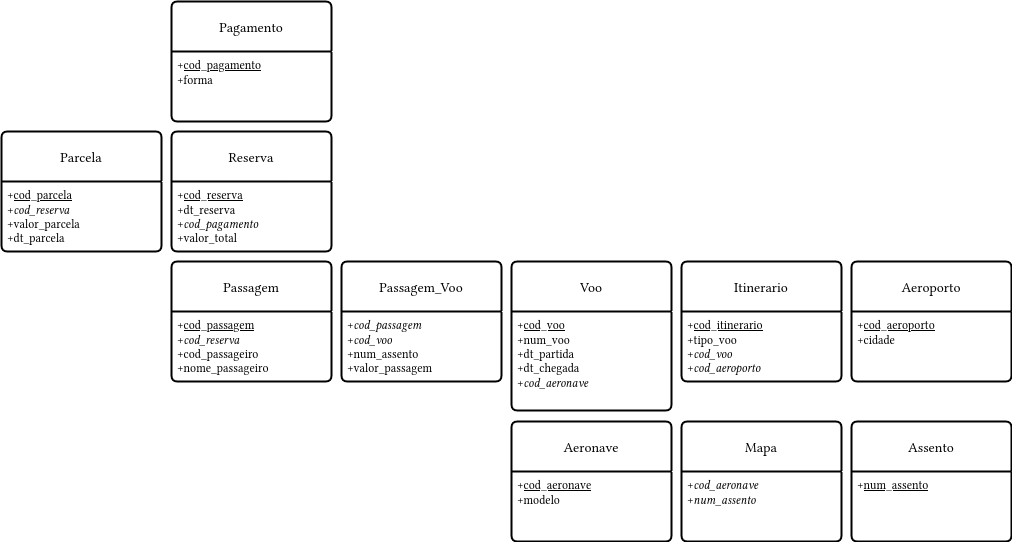
Before: linhas-aereas-Tables.drawio.png, a diagram exported from draw.io (hmccl/linhas-aereas). Source tidied: cells renumbered, new cells last; positions are measured from the earlier drawing's top-left corner, leaving out a move shared by most shapes.
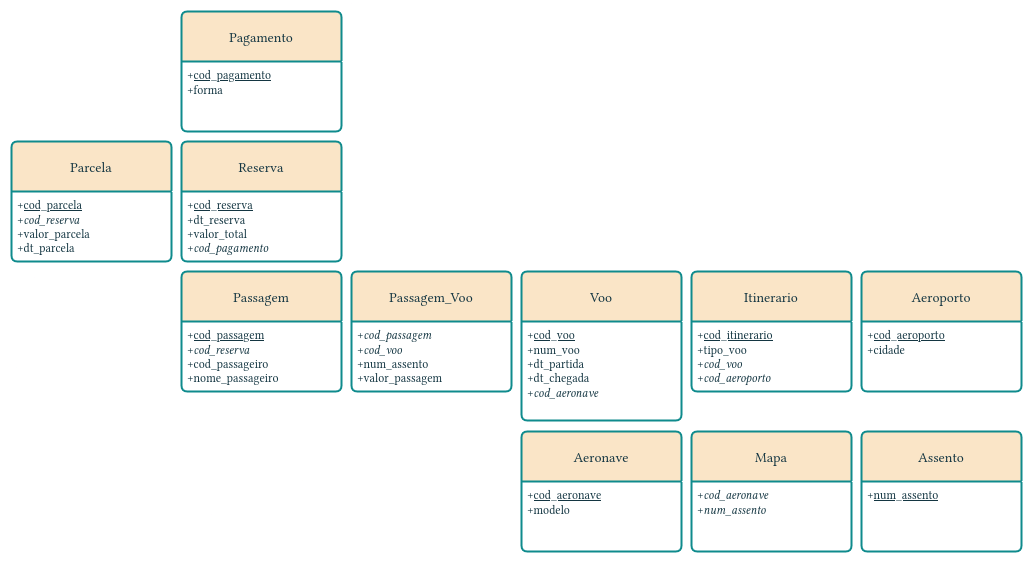
After the change.

Change to the diagram source:
```diff
@@ -1,71 +1,71 @@
-<mxGraphModel>
+<mxGraphModel background="#ffffff">
   <root>
     <mxCell id="0" />
     <mxCell id="1" parent="0" />
-    <mxCell id="2" value="Passagem" style="swimlane;horizontal=1;startSize=50;rounded=1;fontSize=14;fontStyle=0;strokeWidth=2;shadow=0;dashed=0;align=center;arcSize=4;whiteSpace=wrap;html=1;" parent="1" vertex="1">
+    <mxCell id="2" value="Passagem" style="swimlane;horizontal=1;startSize=50;rounded=1;fontSize=14;fontStyle=0;strokeWidth=2;shadow=0;dashed=0;align=center;arcSize=4;whiteSpace=wrap;html=1;labelBackgroundColor=none;fillColor=#FAE5C7;strokeColor=#0F8B8D;fontColor=#143642;swimlaneFillColor=default;" parent="1" vertex="1">
       <mxGeometry x="170" y="260" width="160" height="120" as="geometry" />
     </mxCell>
-    <mxCell id="3" value="+&lt;u&gt;cod_passagem&lt;/u&gt;&lt;br&gt;+&lt;i&gt;cod_reserva&lt;/i&gt;&lt;br&gt;&lt;div&gt;+cod_passageiro&lt;/div&gt;&lt;div&gt;+nome_passageiro&lt;/div&gt;" style="align=left;strokeColor=none;fillColor=none;spacingLeft=4;spacingRight=4;fontSize=12;verticalAlign=top;html=1;whiteSpace=wrap;" parent="2" vertex="1">
+    <mxCell id="3" value="+&lt;u&gt;cod_passagem&lt;/u&gt;&lt;br&gt;+&lt;i&gt;cod_reserva&lt;/i&gt;&lt;br&gt;&lt;div&gt;+cod_passageiro&lt;/div&gt;&lt;div&gt;+nome_passageiro&lt;/div&gt;" style="align=left;strokeColor=none;fillColor=none;spacingLeft=4;spacingRight=4;fontSize=12;verticalAlign=top;html=1;whiteSpace=wrap;labelBackgroundColor=none;fontColor=#143642;swimlaneFillColor=default;" parent="2" vertex="1">
       <mxGeometry y="50" width="160" height="70" as="geometry" />
     </mxCell>
-    <mxCell id="4" value="Passagem_Voo" style="swimlane;horizontal=1;startSize=50;rounded=1;fontSize=14;fontStyle=0;strokeWidth=2;shadow=0;dashed=0;align=center;arcSize=4;whiteSpace=wrap;html=1;" parent="1" vertex="1">
+    <mxCell id="4" value="Passagem_Voo" style="swimlane;horizontal=1;startSize=50;rounded=1;fontSize=14;fontStyle=0;strokeWidth=2;shadow=0;dashed=0;align=center;arcSize=4;whiteSpace=wrap;html=1;labelBackgroundColor=none;fillColor=#FAE5C7;strokeColor=#0F8B8D;fontColor=#143642;swimlaneFillColor=default;" parent="1" vertex="1">
       <mxGeometry x="340" y="260" width="160" height="120" as="geometry" />
     </mxCell>
-    <mxCell id="5" value="+&lt;i&gt;cod_passagem&lt;/i&gt;&lt;br&gt;+&lt;i&gt;cod_voo&lt;/i&gt;&lt;br&gt;&lt;div&gt;+num_assento&lt;/div&gt;&lt;div&gt;+valor_passagem&lt;/div&gt;" style="align=left;strokeColor=none;fillColor=none;spacingLeft=4;spacingRight=4;fontSize=12;verticalAlign=top;html=1;whiteSpace=wrap;" parent="4" vertex="1">
+    <mxCell id="5" value="+&lt;i&gt;cod_passagem&lt;/i&gt;&lt;br&gt;+&lt;i&gt;cod_voo&lt;/i&gt;&lt;br&gt;&lt;div&gt;+num_assento&lt;/div&gt;&lt;div&gt;+valor_passagem&lt;/div&gt;" style="align=left;strokeColor=none;fillColor=none;spacingLeft=4;spacingRight=4;fontSize=12;verticalAlign=top;html=1;whiteSpace=wrap;labelBackgroundColor=none;fontColor=#143642;swimlaneFillColor=default;" parent="4" vertex="1">
       <mxGeometry y="50" width="160" height="70" as="geometry" />
     </mxCell>
-    <mxCell id="6" value="Voo" style="swimlane;horizontal=1;startSize=50;rounded=1;fontSize=14;fontStyle=0;strokeWidth=2;shadow=0;dashed=0;align=center;arcSize=4;whiteSpace=wrap;html=1;" parent="1" vertex="1">
+    <mxCell id="6" value="Voo" style="swimlane;horizontal=1;startSize=50;rounded=1;fontSize=14;fontStyle=0;strokeWidth=2;shadow=0;dashed=0;align=center;arcSize=4;whiteSpace=wrap;html=1;labelBackgroundColor=none;fillColor=#FAE5C7;strokeColor=#0F8B8D;fontColor=#143642;gradientColor=none;swimlaneFillColor=default;" parent="1" vertex="1">
       <mxGeometry x="510" y="260" width="160" height="149" as="geometry" />
     </mxCell>
-    <mxCell id="7" value="+&lt;u&gt;cod_voo&lt;br&gt;&lt;/u&gt;+num_voo&lt;br&gt;&lt;div&gt;+dt_partida&lt;/div&gt;&lt;div&gt;+dt_chegada&lt;/div&gt;&lt;div&gt;+&lt;i&gt;cod_aeronave&lt;/i&gt;&lt;/div&gt;" style="align=left;strokeColor=none;fillColor=none;spacingLeft=4;spacingRight=4;fontSize=12;verticalAlign=top;html=1;whiteSpace=wrap;" parent="6" vertex="1">
+    <mxCell id="7" value="&lt;span style=&quot;background-color: light-dark(#ffffff, var(--ge-dark-color, #121212));&quot;&gt;&lt;span style=&quot;background-color: light-dark(#ffffff, var(--ge-dark-color, #121212));&quot;&gt;&lt;span style=&quot;background-color: light-dark(#ffffff, var(--ge-dark-color, #121212));&quot;&gt;&lt;span style=&quot;background-color: light-dark(#ffffff, var(--ge-dark-color, #121212));&quot;&gt;+&lt;u&gt;cod_voo&lt;br&gt;&lt;/u&gt;+num_voo&lt;br&gt;&lt;/span&gt;&lt;/span&gt;&lt;/span&gt;&lt;/span&gt;&lt;div&gt;&lt;span style=&quot;background-color: light-dark(#ffffff, var(--ge-dark-color, #121212));&quot;&gt;+dt_partida&lt;/span&gt;&lt;/div&gt;&lt;div&gt;&lt;span style=&quot;background-color: light-dark(#ffffff, var(--ge-dark-color, #121212));&quot;&gt;+dt_chegada&lt;/span&gt;&lt;/div&gt;&lt;div&gt;&lt;span style=&quot;background-color: light-dark(#ffffff, var(--ge-dark-color, #121212));&quot;&gt;+&lt;i&gt;cod_aeronave&lt;/i&gt;&lt;/span&gt;&lt;/div&gt;" style="align=left;strokeColor=none;fillColor=none;spacingLeft=4;spacingRight=4;fontSize=12;verticalAlign=top;html=1;whiteSpace=wrap;labelBackgroundColor=none;fontColor=#143642;swimlaneFillColor=default;" parent="6" vertex="1">
       <mxGeometry y="50" width="160" height="99" as="geometry" />
     </mxCell>
-    <mxCell id="8" value="Itinerario" style="swimlane;horizontal=1;startSize=50;rounded=1;fontSize=14;fontStyle=0;strokeWidth=2;shadow=0;dashed=0;align=center;arcSize=4;whiteSpace=wrap;html=1;" parent="1" vertex="1">
+    <mxCell id="8" value="Itinerario" style="swimlane;horizontal=1;startSize=50;rounded=1;fontSize=14;fontStyle=0;strokeWidth=2;shadow=0;dashed=0;align=center;arcSize=4;whiteSpace=wrap;html=1;labelBackgroundColor=none;fillColor=#FAE5C7;strokeColor=#0F8B8D;fontColor=#143642;swimlaneFillColor=default;" parent="1" vertex="1">
       <mxGeometry x="680" y="260" width="160" height="120" as="geometry" />
     </mxCell>
-    <mxCell id="9" value="+&lt;u&gt;cod_itinerario&lt;/u&gt;&lt;br&gt;+tipo_voo&lt;br&gt;&lt;div&gt;+&lt;i&gt;cod_voo&lt;/i&gt;&lt;/div&gt;&lt;div&gt;+&lt;i&gt;cod_aeroporto&lt;/i&gt;&lt;/div&gt;" style="align=left;strokeColor=none;fillColor=none;spacingLeft=4;spacingRight=4;fontSize=12;verticalAlign=top;html=1;whiteSpace=wrap;" parent="8" vertex="1">
+    <mxCell id="9" value="+&lt;u&gt;cod_itinerario&lt;/u&gt;&lt;br&gt;+tipo_voo&lt;br&gt;&lt;div&gt;+&lt;i&gt;cod_voo&lt;/i&gt;&lt;/div&gt;&lt;div&gt;+&lt;i&gt;cod_aeroporto&lt;/i&gt;&lt;/div&gt;" style="align=left;strokeColor=none;fillColor=none;spacingLeft=4;spacingRight=4;fontSize=12;verticalAlign=top;html=1;whiteSpace=wrap;labelBackgroundColor=none;fontColor=#143642;swimlaneFillColor=default;" parent="8" vertex="1">
       <mxGeometry y="50" width="160" height="70" as="geometry" />
     </mxCell>
-    <mxCell id="10" value="Aeroporto" style="swimlane;horizontal=1;startSize=50;rounded=1;fontSize=14;fontStyle=0;strokeWidth=2;shadow=0;dashed=0;align=center;arcSize=4;whiteSpace=wrap;html=1;" parent="1" vertex="1">
+    <mxCell id="10" value="Aeroporto" style="swimlane;horizontal=1;startSize=50;rounded=1;fontSize=14;fontStyle=0;strokeWidth=2;shadow=0;dashed=0;align=center;arcSize=4;whiteSpace=wrap;html=1;labelBackgroundColor=none;fillColor=#FAE5C7;strokeColor=#0F8B8D;fontColor=#143642;swimlaneFillColor=default;" parent="1" vertex="1">
       <mxGeometry x="850" y="260" width="160" height="120" as="geometry" />
     </mxCell>
-    <mxCell id="11" value="+&lt;u&gt;cod_aeroporto&lt;/u&gt;&lt;br&gt;+cidade" style="align=left;strokeColor=none;fillColor=none;spacingLeft=4;spacingRight=4;fontSize=12;verticalAlign=top;html=1;whiteSpace=wrap;" parent="10" vertex="1">
+    <mxCell id="11" value="+&lt;u&gt;cod_aeroporto&lt;/u&gt;&lt;br&gt;+cidade" style="align=left;strokeColor=none;fillColor=none;spacingLeft=4;spacingRight=4;fontSize=12;verticalAlign=top;html=1;whiteSpace=wrap;labelBackgroundColor=none;fontColor=#143642;swimlaneFillColor=default;" parent="10" vertex="1">
       <mxGeometry y="50" width="160" height="70" as="geometry" />
     </mxCell>
-    <mxCell id="12" value="Aeronave" style="swimlane;horizontal=1;startSize=50;rounded=1;fontSize=14;fontStyle=0;strokeWidth=2;shadow=0;dashed=0;align=center;arcSize=4;whiteSpace=wrap;html=1;" parent="1" vertex="1">
+    <mxCell id="12" value="Aeronave" style="swimlane;horizontal=1;startSize=50;rounded=1;fontSize=14;fontStyle=0;strokeWidth=2;shadow=0;dashed=0;align=center;arcSize=4;whiteSpace=wrap;html=1;labelBackgroundColor=none;fillColor=#FAE5C7;strokeColor=#0F8B8D;fontColor=#143642;swimlaneFillColor=default;" parent="1" vertex="1">
       <mxGeometry x="510" y="420" width="160" height="120" as="geometry" />
     </mxCell>
-    <mxCell id="13" value="+&lt;u&gt;cod_aeronave&lt;/u&gt;&lt;br&gt;+modelo" style="align=left;strokeColor=none;fillColor=none;spacingLeft=4;spacingRight=4;fontSize=12;verticalAlign=top;html=1;whiteSpace=wrap;" parent="12" vertex="1">
+    <mxCell id="13" value="+&lt;u&gt;cod_aeronave&lt;/u&gt;&lt;br&gt;+modelo" style="align=left;strokeColor=none;fillColor=none;spacingLeft=4;spacingRight=4;fontSize=12;verticalAlign=top;html=1;whiteSpace=wrap;labelBackgroundColor=none;fontColor=#143642;swimlaneFillColor=default;" parent="12" vertex="1">
       <mxGeometry y="50" width="160" height="70" as="geometry" />
     </mxCell>
-    <mxCell id="14" value="Assento" style="swimlane;horizontal=1;startSize=50;rounded=1;fontSize=14;fontStyle=0;strokeWidth=2;shadow=0;dashed=0;align=center;arcSize=4;whiteSpace=wrap;html=1;" parent="1" vertex="1">
+    <mxCell id="14" value="Assento" style="swimlane;horizontal=1;startSize=50;rounded=1;fontSize=14;fontStyle=0;strokeWidth=2;shadow=0;dashed=0;align=center;arcSize=4;whiteSpace=wrap;html=1;labelBackgroundColor=none;fillColor=#FAE5C7;strokeColor=#0F8B8D;fontColor=#143642;swimlaneFillColor=default;" parent="1" vertex="1">
       <mxGeometry x="850" y="420" width="160" height="120" as="geometry" />
     </mxCell>
-    <mxCell id="15" value="+&lt;u&gt;num_assento&lt;/u&gt;" style="align=left;strokeColor=none;fillColor=none;spacingLeft=4;spacingRight=4;fontSize=12;verticalAlign=top;html=1;whiteSpace=wrap;" parent="14" vertex="1">
+    <mxCell id="15" value="+&lt;u&gt;num_assento&lt;/u&gt;" style="align=left;strokeColor=none;fillColor=none;spacingLeft=4;spacingRight=4;fontSize=12;verticalAlign=top;html=1;whiteSpace=wrap;labelBackgroundColor=none;fontColor=#143642;swimlaneFillColor=default;" parent="14" vertex="1">
       <mxGeometry y="50" width="160" height="70" as="geometry" />
     </mxCell>
-    <mxCell id="16" value="Mapa" style="swimlane;horizontal=1;startSize=50;rounded=1;fontSize=14;fontStyle=0;strokeWidth=2;shadow=0;dashed=0;align=center;arcSize=4;whiteSpace=wrap;html=1;" parent="1" vertex="1">
+    <mxCell id="16" value="Mapa" style="swimlane;horizontal=1;startSize=50;rounded=1;fontSize=14;fontStyle=0;strokeWidth=2;shadow=0;dashed=0;align=center;arcSize=4;whiteSpace=wrap;html=1;labelBackgroundColor=none;fillColor=#FAE5C7;strokeColor=#0F8B8D;fontColor=#143642;swimlaneFillColor=default;" parent="1" vertex="1">
       <mxGeometry x="680" y="420" width="160" height="120" as="geometry" />
     </mxCell>
-    <mxCell id="17" value="+&lt;i&gt;cod_aeronave&lt;/i&gt;&lt;br&gt;+&lt;i&gt;num_assento&lt;/i&gt;" style="align=left;strokeColor=none;fillColor=none;spacingLeft=4;spacingRight=4;fontSize=12;verticalAlign=top;html=1;whiteSpace=wrap;" parent="16" vertex="1">
+    <mxCell id="17" value="+&lt;i&gt;cod_aeronave&lt;/i&gt;&lt;br&gt;+&lt;i&gt;num_assento&lt;/i&gt;" style="align=left;strokeColor=none;fillColor=none;spacingLeft=4;spacingRight=4;fontSize=12;verticalAlign=top;html=1;whiteSpace=wrap;labelBackgroundColor=none;fontColor=#143642;swimlaneFillColor=default;" parent="16" vertex="1">
       <mxGeometry y="50" width="160" height="70" as="geometry" />
     </mxCell>
-    <mxCell id="18" value="Reserva" style="swimlane;horizontal=1;startSize=50;rounded=1;fontSize=14;fontStyle=0;strokeWidth=2;shadow=0;dashed=0;align=center;arcSize=4;whiteSpace=wrap;html=1;" parent="1" vertex="1">
+    <mxCell id="18" value="Reserva" style="swimlane;horizontal=1;startSize=50;rounded=1;fontSize=14;fontStyle=0;strokeWidth=2;shadow=0;dashed=0;align=center;arcSize=4;whiteSpace=wrap;html=1;labelBackgroundColor=none;fillColor=#FAE5C7;strokeColor=#0F8B8D;fontColor=#143642;swimlaneFillColor=default;" parent="1" vertex="1">
       <mxGeometry x="170" y="130" width="160" height="120" as="geometry" />
     </mxCell>
-    <mxCell id="19" value="+&lt;u&gt;cod_reserva&lt;/u&gt;&lt;br&gt;&lt;div&gt;+dt_reserva&lt;/div&gt;&lt;div&gt;+&lt;i&gt;cod_pagamento&lt;/i&gt;&lt;/div&gt;+valor_total" style="align=left;strokeColor=none;fillColor=none;spacingLeft=4;spacingRight=4;fontSize=12;verticalAlign=top;html=1;whiteSpace=wrap;" parent="18" vertex="1">
+    <mxCell id="19" value="+&lt;u&gt;cod_reserva&lt;/u&gt;&lt;br&gt;&lt;div&gt;+dt_reserva&lt;/div&gt;&lt;div&gt;+valor_total&lt;/div&gt;&lt;div&gt;&lt;div&gt;&lt;/div&gt;&lt;div&gt;+&lt;i&gt;cod_pagamento&lt;/i&gt;&lt;/div&gt;&lt;br&gt;&lt;/div&gt;" style="align=left;strokeColor=none;fillColor=none;spacingLeft=4;spacingRight=4;fontSize=12;verticalAlign=top;html=1;whiteSpace=wrap;labelBackgroundColor=none;fontColor=#143642;swimlaneFillColor=default;" parent="18" vertex="1">
       <mxGeometry y="50" width="160" height="70" as="geometry" />
     </mxCell>
-    <mxCell id="20" value="Pagamento" style="swimlane;horizontal=1;startSize=50;rounded=1;fontSize=14;fontStyle=0;strokeWidth=2;shadow=0;dashed=0;align=center;arcSize=4;whiteSpace=wrap;html=1;" parent="1" vertex="1">
+    <mxCell id="20" value="Pagamento" style="swimlane;horizontal=1;startSize=50;rounded=1;fontSize=14;fontStyle=0;strokeWidth=2;shadow=0;dashed=0;align=center;arcSize=4;whiteSpace=wrap;html=1;labelBackgroundColor=none;fillColor=#FAE5C7;strokeColor=#0F8B8D;fontColor=#143642;swimlaneFillColor=default;" parent="1" vertex="1">
       <mxGeometry x="170" width="160" height="120" as="geometry" />
     </mxCell>
-    <mxCell id="21" value="&lt;div&gt;+&lt;u&gt;cod_pagamento&lt;/u&gt;&lt;/div&gt;&lt;div&gt;+forma&lt;/div&gt;" style="align=left;strokeColor=none;fillColor=none;spacingLeft=4;spacingRight=4;fontSize=12;verticalAlign=top;html=1;whiteSpace=wrap;" parent="20" vertex="1">
+    <mxCell id="21" value="&lt;div&gt;+&lt;u&gt;cod_pagamento&lt;/u&gt;&lt;/div&gt;&lt;div&gt;+forma&lt;/div&gt;" style="align=left;strokeColor=none;fillColor=none;spacingLeft=4;spacingRight=4;fontSize=12;verticalAlign=top;html=1;whiteSpace=wrap;labelBackgroundColor=none;fontColor=#143642;swimlaneFillColor=default;" parent="20" vertex="1">
       <mxGeometry y="50" width="160" height="70" as="geometry" />
     </mxCell>
-    <mxCell id="22" value="Parcela" style="swimlane;horizontal=1;startSize=50;rounded=1;fontSize=14;fontStyle=0;strokeWidth=2;shadow=0;dashed=0;align=center;arcSize=4;whiteSpace=wrap;html=1;" parent="1" vertex="1">
+    <mxCell id="22" value="Parcela" style="swimlane;horizontal=1;startSize=50;rounded=1;fontSize=14;fontStyle=0;strokeWidth=2;shadow=0;dashed=0;align=center;arcSize=4;whiteSpace=wrap;html=1;labelBackgroundColor=none;fillColor=#FAE5C7;strokeColor=#0F8B8D;fontColor=#143642;swimlaneFillColor=default;" parent="1" vertex="1">
       <mxGeometry y="130" width="160" height="120" as="geometry" />
     </mxCell>
-    <mxCell id="23" value="+&lt;u&gt;cod_parcela&lt;/u&gt;&lt;br&gt;&lt;div&gt;+&lt;i&gt;cod_reserva&lt;/i&gt;&lt;/div&gt;&lt;div&gt;+valor_parcela&lt;/div&gt;&lt;div&gt;+dt_parcela&lt;/div&gt;" style="align=left;strokeColor=none;fillColor=none;spacingLeft=4;spacingRight=4;fontSize=12;verticalAlign=top;html=1;whiteSpace=wrap;" parent="22" vertex="1">
+    <mxCell id="23" value="+&lt;u&gt;cod_parcela&lt;/u&gt;&lt;br&gt;&lt;div&gt;+&lt;i&gt;cod_reserva&lt;/i&gt;&lt;/div&gt;&lt;div&gt;+valor_parcela&lt;/div&gt;&lt;div&gt;+dt_parcela&lt;/div&gt;" style="align=left;strokeColor=none;fillColor=none;spacingLeft=4;spacingRight=4;fontSize=12;verticalAlign=top;html=1;whiteSpace=wrap;labelBackgroundColor=none;fontColor=#143642;swimlaneFillColor=default;" parent="22" vertex="1">
       <mxGeometry y="50" width="160" height="70" as="geometry" />
     </mxCell>
   </root>
```
